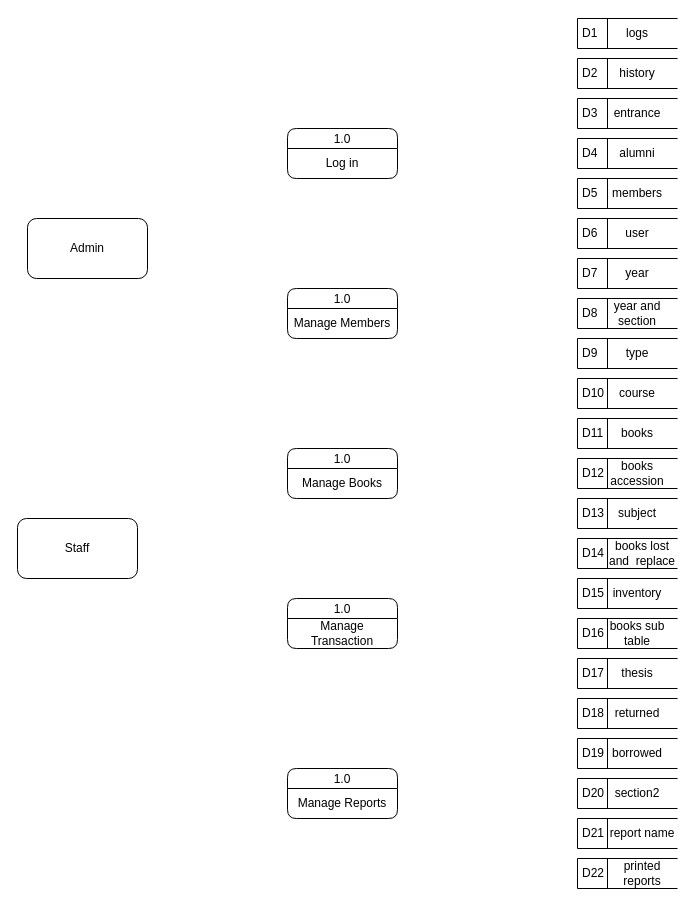
This is dfdnew.drawio from Jayrou12345/Flowchart, a draw.io file, before an edit. Source tidied: cells renumbered, new cells numbered last; positions are measured from the earlier drawing's top-left corner, leaving out a move shared by most shapes. Both pictures are drawn from the tidied source at 100%, with x=0, y=0 at pixel (17, 18).
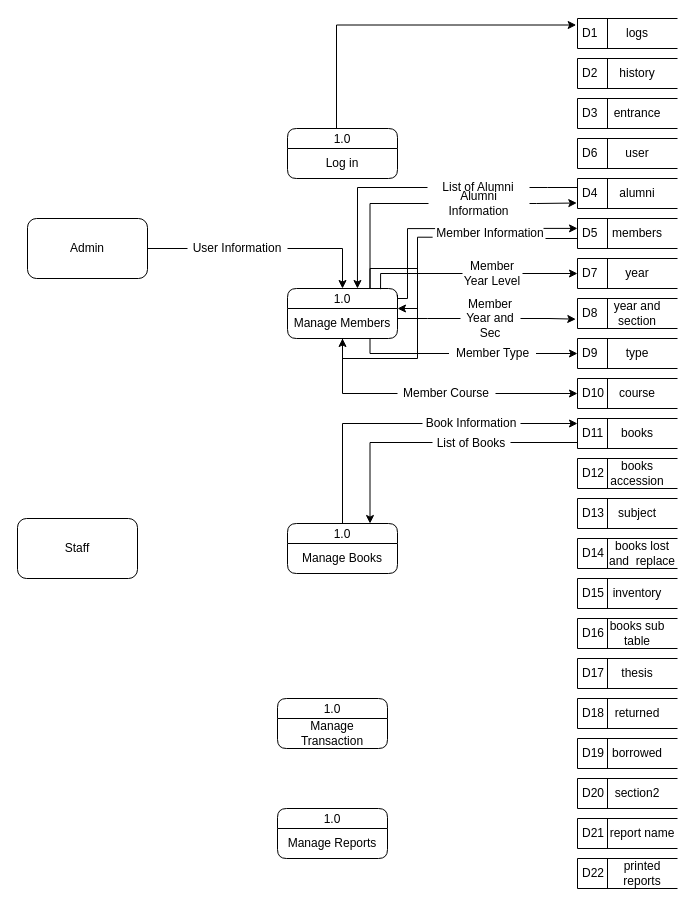
After the change.

Unchanged cells that the change refers to:
```xml
<mxCell id="4" value="D11" style="html=1;dashed=0;whiteSpace=wrap;shape=mxgraph.dfd.dataStoreID;align=left;spacingLeft=3;points=[[0,0],[0.5,0],[1,0],[0,0.5],[1,0.5],[0,1],[0.5,1],[1,1]];" parent="1" vertex="1">
  <mxGeometry x="560" y="400" width="100" height="30" as="geometry" />
</mxCell>
<mxCell id="13" value="D10" style="html=1;dashed=0;whiteSpace=wrap;shape=mxgraph.dfd.dataStoreID;align=left;spacingLeft=3;points=[[0,0],[0.5,0],[1,0],[0,0.5],[1,0.5],[0,1],[0.5,1],[1,1]];" parent="1" vertex="1">
  <mxGeometry x="560" y="360" width="100" height="30" as="geometry" />
</mxCell>
<mxCell id="37" value="D9" style="html=1;dashed=0;whiteSpace=wrap;shape=mxgraph.dfd.dataStoreID;align=left;spacingLeft=3;points=[[0,0],[0.5,0],[1,0],[0,0.5],[1,0.5],[0,1],[0.5,1],[1,1]];" parent="1" vertex="1">
  <mxGeometry x="560" y="320" width="100" height="30" as="geometry" />
</mxCell>
<mxCell id="41" value="D7" style="html=1;dashed=0;whiteSpace=wrap;shape=mxgraph.dfd.dataStoreID;align=left;spacingLeft=3;points=[[0,0],[0.5,0],[1,0],[0,0.5],[1,0.5],[0,1],[0.5,1],[1,1]];" parent="1" vertex="1">
  <mxGeometry x="560" y="240" width="100" height="30" as="geometry" />
</mxCell>
<mxCell id="43" value="D8" style="html=1;dashed=0;whiteSpace=wrap;shape=mxgraph.dfd.dataStoreID;align=left;spacingLeft=3;points=[[0,0],[0.5,0],[1,0],[0,0.5],[1,0.5],[0,1],[0.5,1],[1,1]];" parent="1" vertex="1">
  <mxGeometry x="560" y="280" width="100" height="30" as="geometry" />
</mxCell>
<mxCell id="46" value="1.0" style="swimlane;fontStyle=0;horizontal=1;startSize=20;fillColor=#ffffff;swimlaneFillColor=#ffffff;rounded=1;" parent="1" vertex="1">
  <mxGeometry x="270" y="270" width="110" height="50" as="geometry" />
</mxCell>
<mxCell id="47" value="Manage Members" style="text;html=1;strokeColor=none;fillColor=none;align=center;verticalAlign=middle;whiteSpace=wrap;rounded=1;" parent="46" vertex="1">
  <mxGeometry y="20" width="110" height="30" as="geometry" />
</mxCell>
<mxCell id="56" value="Admin" style="rounded=1;whiteSpace=wrap;html=1;" parent="1" vertex="1">
  <mxGeometry x="10" y="200" width="120" height="60" as="geometry" />
</mxCell>
```

What changed in the source:
```diff
@@
+    <mxCell id="58" style="edgeStyle=orthogonalEdgeStyle;rounded=0;jettySize=auto;html=1;entryX=0.636;entryY=0;entryDx=0;entryDy=0;entryPerimeter=0;" parent="1" edge="1" source="82" target="46">
+      <mxGeometry relative="1" as="geometry" />
+    </mxCell>
     <mxCell id="2" value="D4" style="html=1;dashed=0;whiteSpace=wrap;shape=mxgraph.dfd.dataStoreID;align=left;spacingLeft=3;" parent="1" vertex="1">
-      <mxGeometry x="560" y="120" width="100" height="30" as="geometry" />
+      <mxGeometry x="560" y="160" width="100" height="30" as="geometry" />
     </mxCell>
     <mxCell id="3" value="alumni" style="text;html=1;strokeColor=none;fillColor=none;align=center;verticalAlign=middle;whiteSpace=wrap;rounded=0;" parent="1" vertex="1">
-      <mxGeometry x="590" y="120" width="60" height="30" as="geometry" />
+      <mxGeometry x="590" y="160" width="60" height="30" as="geometry" />
     </mxCell>
+    <mxCell id="59" style="edgeStyle=orthogonalEdgeStyle;rounded=0;jettySize=auto;html=1;entryX=0.75;entryY=0;entryDx=0;entryDy=0;" parent="1" edge="1" source="91" target="48">
+      <mxGeometry relative="1" as="geometry">
+        <Array as="points">
+          <mxPoint x="353" y="424" />
+        </Array>
+      </mxGeometry>
+    </mxCell>
@@
     <mxCell id="23" value="D5" style="html=1;dashed=0;whiteSpace=wrap;shape=mxgraph.dfd.dataStoreID;align=left;spacingLeft=3;points=[[0,0],[0.5,0],[1,0],[0,0.5],[1,0.5],[0,1],[0.5,1],[1,1]];" parent="1" vertex="1">
-      <mxGeometry x="560" y="160" width="100" height="30" as="geometry" />
+      <mxGeometry x="560" y="200" width="100" height="30" as="geometry" />
     </mxCell>
     <mxCell id="24" value="members" style="text;html=1;strokeColor=none;fillColor=none;align=center;verticalAlign=middle;whiteSpace=wrap;rounded=0;" parent="1" vertex="1">
-      <mxGeometry x="590" y="160" width="60" height="30" as="geometry" />
+      <mxGeometry x="590" y="200" width="60" height="30" as="geometry" />
     </mxCell>
@@
     <mxCell id="39" value="D6" style="html=1;dashed=0;whiteSpace=wrap;shape=mxgraph.dfd.dataStoreID;align=left;spacingLeft=3;" parent="1" vertex="1">
-      <mxGeometry x="560" y="200" width="100" height="30" as="geometry" />
+      <mxGeometry x="560" y="120" width="100" height="30" as="geometry" />
     </mxCell>
     <mxCell id="40" value="user" style="text;html=1;strokeColor=none;fillColor=none;align=center;verticalAlign=middle;whiteSpace=wrap;rounded=0;" parent="1" vertex="1">
-      <mxGeometry x="590" y="200" width="60" height="30" as="geometry" />
+      <mxGeometry x="590" y="120" width="60" height="30" as="geometry" />
     </mxCell>
@@
+    <mxCell id="60" style="edgeStyle=orthogonalEdgeStyle;rounded=0;jettySize=auto;html=1;exitX=0.75;exitY=0;exitDx=0;exitDy=0;" parent="46" edge="1" source="46" target="47">
+      <mxGeometry relative="1" as="geometry" />
+    </mxCell>
+    <mxCell id="61" style="edgeStyle=orthogonalEdgeStyle;rounded=0;jettySize=auto;html=1;entryX=0;entryY=0.167;entryDx=0;entryDy=0;entryPerimeter=0;" parent="1" edge="1" source="89" target="4">
+      <mxGeometry relative="1" as="geometry" />
+    </mxCell>
     <mxCell id="48" value="1.0" style="swimlane;fontStyle=0;horizontal=1;startSize=20;fillColor=#ffffff;swimlaneFillColor=#ffffff;rounded=1;" parent="1" vertex="1">
-      <mxGeometry x="270" y="430" width="110" height="50" as="geometry" />
+      <mxGeometry x="270" y="505" width="110" height="50" as="geometry" />
     </mxCell>
@@
     <mxCell id="50" value="1.0" style="swimlane;fontStyle=0;horizontal=1;startSize=20;fillColor=#ffffff;swimlaneFillColor=#ffffff;rounded=1;" parent="1" vertex="1">
-      <mxGeometry x="270" y="580" width="110" height="50" as="geometry" />
+      <mxGeometry x="260" y="680" width="110" height="50" as="geometry" />
     </mxCell>
@@
     <mxCell id="52" value="1.0" style="swimlane;fontStyle=0;horizontal=1;startSize=20;fillColor=#ffffff;swimlaneFillColor=#ffffff;rounded=1;" parent="1" vertex="1">
-      <mxGeometry x="270" y="750" width="110" height="50" as="geometry" />
+      <mxGeometry x="260" y="790" width="110" height="50" as="geometry" />
     </mxCell>
@@
+    <mxCell id="62" style="edgeStyle=orthogonalEdgeStyle;rounded=0;jettySize=auto;html=1;entryX=0.5;entryY=0;entryDx=0;entryDy=0;exitX=1;exitY=0.5;exitDx=0;exitDy=0;" parent="1" edge="1" source="65" target="46">
+      <mxGeometry relative="1" as="geometry" />
+    </mxCell>
@@
+    <mxCell id="63" style="edgeStyle=orthogonalEdgeStyle;rounded=0;orthogonalLoop=1;jettySize=auto;html=1;entryX=-0.003;entryY=0.216;entryDx=0;entryDy=0;entryPerimeter=0;" parent="1" edge="1">
+      <mxGeometry relative="1" as="geometry">
+        <mxPoint x="319" y="110" as="sourcePoint" />
+        <mxPoint x="558.7" y="6.5" as="targetPoint" />
+        <Array as="points">
+          <mxPoint x="319" y="7" />
+        </Array>
+      </mxGeometry>
+    </mxCell>
+    <mxCell id="64" style="edgeStyle=orthogonalEdgeStyle;rounded=0;jettySize=auto;html=1;endArrow=none;endFill=0;" parent="1" edge="1" source="56" target="65">
+      <mxGeometry relative="1" as="geometry" />
+    </mxCell>
+    <mxCell id="65" value="User Information" style="text;html=1;strokeColor=none;fillColor=none;align=center;verticalAlign=middle;whiteSpace=wrap;rounded=0;" parent="1" vertex="1">
+      <mxGeometry x="170" y="215" width="100" height="30" as="geometry" />
+    </mxCell>
+    <mxCell id="66" style="edgeStyle=orthogonalEdgeStyle;rounded=0;orthogonalLoop=1;jettySize=auto;html=1;entryX=-0.004;entryY=0.404;entryDx=0;entryDy=0;endArrow=none;endFill=0;exitX=1;exitY=0.25;exitDx=0;exitDy=0;entryPerimeter=0;" parent="1" edge="1">
+      <mxGeometry relative="1" as="geometry">
+        <mxPoint x="380" y="276.5" as="sourcePoint" />
+        <mxPoint x="417.6" y="210.1" as="targetPoint" />
+        <Array as="points">
+          <mxPoint x="380" y="280" />
+          <mxPoint x="390" y="280" />
+          <mxPoint x="390" y="210" />
+        </Array>
+      </mxGeometry>
+    </mxCell>
+    <mxCell id="67" style="edgeStyle=orthogonalEdgeStyle;rounded=0;jettySize=auto;html=1;exitX=0.982;exitY=0.33;exitDx=0;exitDy=0;exitPerimeter=0;" parent="1" edge="1" source="68">
+      <mxGeometry relative="1" as="geometry">
+        <mxPoint x="560" y="210" as="targetPoint" />
+      </mxGeometry>
+    </mxCell>
+    <mxCell id="68" value="Member Information" style="text;html=1;strokeColor=none;fillColor=none;align=center;verticalAlign=middle;whiteSpace=wrap;rounded=0;" parent="1" vertex="1">
+      <mxGeometry x="418" y="200" width="110" height="30" as="geometry" />
+    </mxCell>
+    <mxCell id="69" style="edgeStyle=orthogonalEdgeStyle;rounded=0;jettySize=auto;html=1;exitX=1;exitY=0.5;exitDx=0;exitDy=0;" parent="1" edge="1" source="71" target="41">
+      <mxGeometry relative="1" as="geometry" />
+    </mxCell>
+    <mxCell id="70" style="edgeStyle=orthogonalEdgeStyle;rounded=0;jettySize=auto;html=1;entryX=0;entryY=0.5;entryDx=0;entryDy=0;endArrow=none;endFill=0;exitX=0.846;exitY=0.014;exitDx=0;exitDy=0;exitPerimeter=0;" parent="1" edge="1" source="46" target="71">
+      <mxGeometry relative="1" as="geometry">
+        <Array as="points">
+          <mxPoint x="363" y="255" />
+        </Array>
+      </mxGeometry>
+    </mxCell>
+    <mxCell id="71" value="Member Year Level" style="text;html=1;strokeColor=none;fillColor=none;align=center;verticalAlign=middle;whiteSpace=wrap;rounded=0;" parent="1" vertex="1">
+      <mxGeometry x="445" y="240" width="60" height="30" as="geometry" />
+    </mxCell>
+    <mxCell id="72" style="edgeStyle=orthogonalEdgeStyle;rounded=0;jettySize=auto;html=1;entryX=0;entryY=0.5;entryDx=0;entryDy=0;endArrow=none;endFill=0;" parent="1" edge="1" source="47" target="73">
+      <mxGeometry relative="1" as="geometry">
+        <Array as="points">
+          <mxPoint x="410" y="300" />
+          <mxPoint x="410" y="300" />
+        </Array>
+      </mxGeometry>
+    </mxCell>
+    <mxCell id="73" value="Member Year and Sec" style="text;html=1;strokeColor=none;fillColor=none;align=center;verticalAlign=middle;whiteSpace=wrap;rounded=0;" parent="1" vertex="1">
+      <mxGeometry x="443" y="285" width="60" height="30" as="geometry" />
+    </mxCell>
+    <mxCell id="74" style="edgeStyle=orthogonalEdgeStyle;rounded=0;jettySize=auto;html=1;entryX=-0.017;entryY=0.689;entryDx=0;entryDy=0;entryPerimeter=0;" parent="1" edge="1" source="73" target="43">
+      <mxGeometry relative="1" as="geometry" />
+    </mxCell>
+    <mxCell id="75" style="edgeStyle=orthogonalEdgeStyle;rounded=0;jettySize=auto;html=1;exitX=1;exitY=0.5;exitDx=0;exitDy=0;entryX=0;entryY=0.5;entryDx=0;entryDy=0;" parent="1" edge="1" source="77" target="37">
+      <mxGeometry relative="1" as="geometry" />
+    </mxCell>
+    <mxCell id="76" style="edgeStyle=orthogonalEdgeStyle;rounded=0;jettySize=auto;html=1;exitX=0.75;exitY=1;exitDx=0;exitDy=0;entryX=0;entryY=0.5;entryDx=0;entryDy=0;endArrow=none;endFill=0;" parent="1" edge="1" source="47" target="77">
+      <mxGeometry relative="1" as="geometry">
+        <Array as="points">
+          <mxPoint x="353" y="335" />
+        </Array>
+      </mxGeometry>
+    </mxCell>
+    <mxCell id="77" value="Member Type" style="text;html=1;strokeColor=none;fillColor=none;align=center;verticalAlign=middle;whiteSpace=wrap;rounded=0;" parent="1" vertex="1">
+      <mxGeometry x="431.5" y="320" width="87" height="30" as="geometry" />
+    </mxCell>
+    <mxCell id="78" style="edgeStyle=orthogonalEdgeStyle;rounded=0;jettySize=auto;html=1;entryX=0;entryY=0.5;entryDx=0;entryDy=0;" parent="1" edge="1" source="80" target="13">
+      <mxGeometry relative="1" as="geometry" />
+    </mxCell>
+    <mxCell id="79" style="edgeStyle=orthogonalEdgeStyle;rounded=0;jettySize=auto;html=1;entryX=0;entryY=0.5;entryDx=0;entryDy=0;endArrow=none;endFill=0;" parent="1" edge="1" source="47" target="80">
+      <mxGeometry relative="1" as="geometry">
+        <Array as="points">
+          <mxPoint x="325" y="375" />
+        </Array>
+      </mxGeometry>
+    </mxCell>
+    <mxCell id="80" value="Member Course" style="text;html=1;strokeColor=none;fillColor=none;align=center;verticalAlign=middle;whiteSpace=wrap;rounded=0;" parent="1" vertex="1">
+      <mxGeometry x="380" y="360" width="98" height="30" as="geometry" />
+    </mxCell>
+    <mxCell id="81" style="edgeStyle=orthogonalEdgeStyle;rounded=0;orthogonalLoop=1;jettySize=auto;html=1;entryX=1;entryY=0.5;entryDx=0;entryDy=0;endArrow=none;endFill=0;" parent="1" edge="1">
+      <mxGeometry relative="1" as="geometry">
+        <mxPoint x="560" y="169" as="sourcePoint" />
+        <mxPoint x="512" y="169" as="targetPoint" />
+        <Array as="points">
+          <mxPoint x="530" y="169" />
+          <mxPoint x="530" y="169" />
+        </Array>
+      </mxGeometry>
+    </mxCell>
+    <mxCell id="82" value="List of Alumni" style="text;html=1;strokeColor=none;fillColor=none;align=center;verticalAlign=middle;whiteSpace=wrap;rounded=0;" parent="1" vertex="1">
+      <mxGeometry x="410" y="154" width="102" height="30" as="geometry" />
+    </mxCell>
+    <mxCell id="83" style="edgeStyle=orthogonalEdgeStyle;rounded=0;jettySize=auto;html=1;entryX=-0.007;entryY=0.749;entryDx=0;entryDy=0;entryPerimeter=0;exitX=1;exitY=0.5;exitDx=0;exitDy=0;" parent="1" edge="1" source="85">
+      <mxGeometry relative="1" as="geometry">
+        <mxPoint x="559.3" y="184.5" as="targetPoint" />
+        <Array as="points">
+          <mxPoint x="519" y="185" />
+        </Array>
+      </mxGeometry>
+    </mxCell>
+    <mxCell id="84" style="edgeStyle=orthogonalEdgeStyle;rounded=0;jettySize=auto;html=1;exitX=0.75;exitY=0;exitDx=0;exitDy=0;entryX=0;entryY=0.5;entryDx=0;entryDy=0;endArrow=none;endFill=0;" parent="1" edge="1" source="46" target="85">
+      <mxGeometry relative="1" as="geometry" />
+    </mxCell>
+    <mxCell id="85" value="Alumni Information" style="text;html=1;strokeColor=none;fillColor=none;align=center;verticalAlign=middle;whiteSpace=wrap;rounded=0;" parent="1" vertex="1">
+      <mxGeometry x="411" y="170" width="101" height="30" as="geometry" />
+    </mxCell>
+    <mxCell id="86" style="edgeStyle=orthogonalEdgeStyle;rounded=0;jettySize=auto;html=1;endArrow=none;endFill=0;" parent="1" edge="1" source="23">
+      <mxGeometry relative="1" as="geometry">
+        <mxPoint x="528" y="220" as="targetPoint" />
+        <Array as="points">
+          <mxPoint x="528" y="220" />
+        </Array>
+      </mxGeometry>
+    </mxCell>
+    <mxCell id="87" style="edgeStyle=orthogonalEdgeStyle;rounded=0;jettySize=auto;html=1;exitX=-0.026;exitY=0.624;exitDx=0;exitDy=0;exitPerimeter=0;" parent="1" edge="1" source="68">
+      <mxGeometry relative="1" as="geometry">
+        <mxPoint x="380" y="290" as="targetPoint" />
+        <Array as="points">
+          <mxPoint x="400" y="219" />
+          <mxPoint x="400" y="290" />
+        </Array>
+      </mxGeometry>
+    </mxCell>
+    <mxCell id="88" style="edgeStyle=orthogonalEdgeStyle;rounded=0;jettySize=auto;html=1;endArrow=none;endFill=0;" parent="1" edge="1" source="48">
+      <mxGeometry relative="1" as="geometry">
+        <mxPoint x="405" y="405" as="targetPoint" />
+        <Array as="points">
+          <mxPoint x="325" y="405" />
+        </Array>
+      </mxGeometry>
+    </mxCell>
+    <mxCell id="89" value="Book Information" style="text;html=1;strokeColor=none;fillColor=none;align=center;verticalAlign=middle;whiteSpace=wrap;rounded=0;" parent="1" vertex="1">
+      <mxGeometry x="405" y="390" width="98" height="30" as="geometry" />
+    </mxCell>
+    <mxCell id="90" style="edgeStyle=orthogonalEdgeStyle;rounded=0;jettySize=auto;html=1;endArrow=none;endFill=0;" parent="1" edge="1" target="91">
+      <mxGeometry relative="1" as="geometry">
+        <mxPoint x="560" y="414" as="sourcePoint" />
+        <Array as="points">
+          <mxPoint x="560" y="424" />
+        </Array>
+      </mxGeometry>
+    </mxCell>
+    <mxCell id="91" value="List of Books" style="text;html=1;strokeColor=none;fillColor=none;align=center;verticalAlign=middle;whiteSpace=wrap;rounded=0;" parent="1" vertex="1">
+      <mxGeometry x="415" y="410" width="78" height="30" as="geometry" />
+    </mxCell>
```
